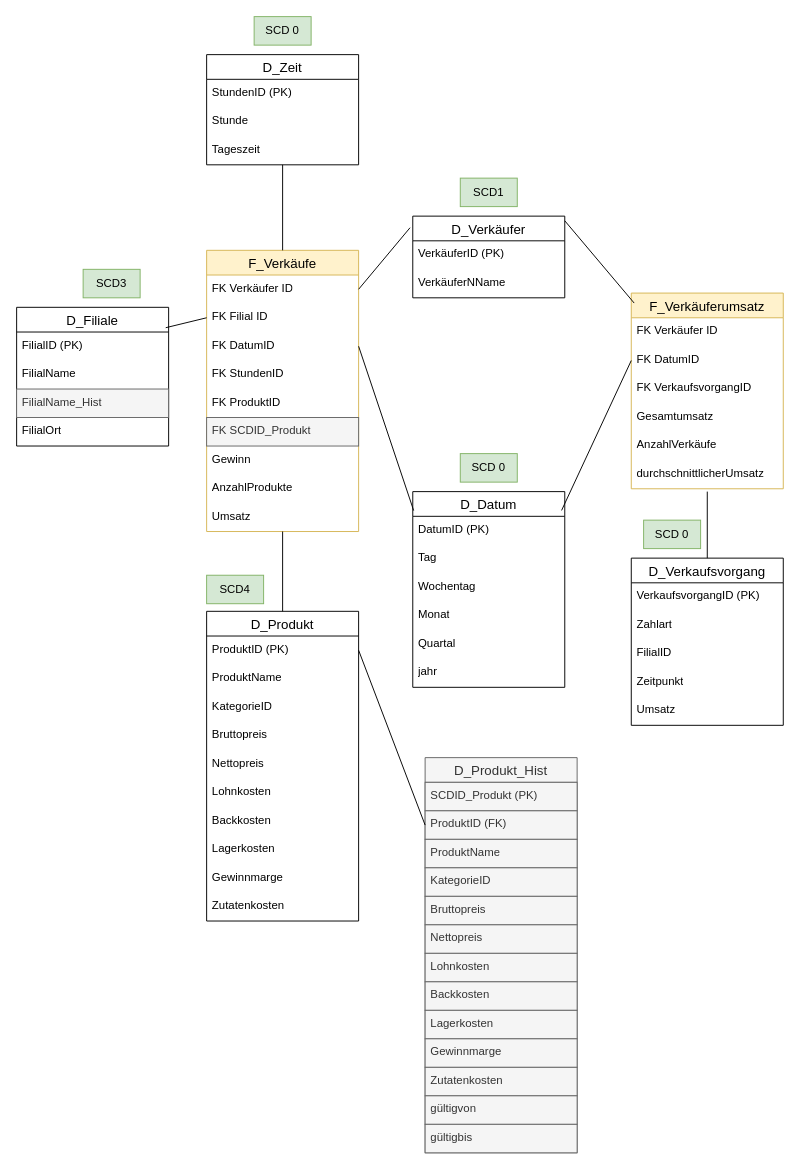
This is Galaxyschema_BrotZeit_mitSCD.drawio from Thoerchen/BackZeit, a draw.io file, before an edit. Source tidied: cells renumbered, new cells numbered last; positions are measured from the earlier drawing's top-left corner, leaving out a move shared by most shapes. Both pictures are drawn from the tidied source at 95%, with x=0, y=0 at pixel (16, 16).
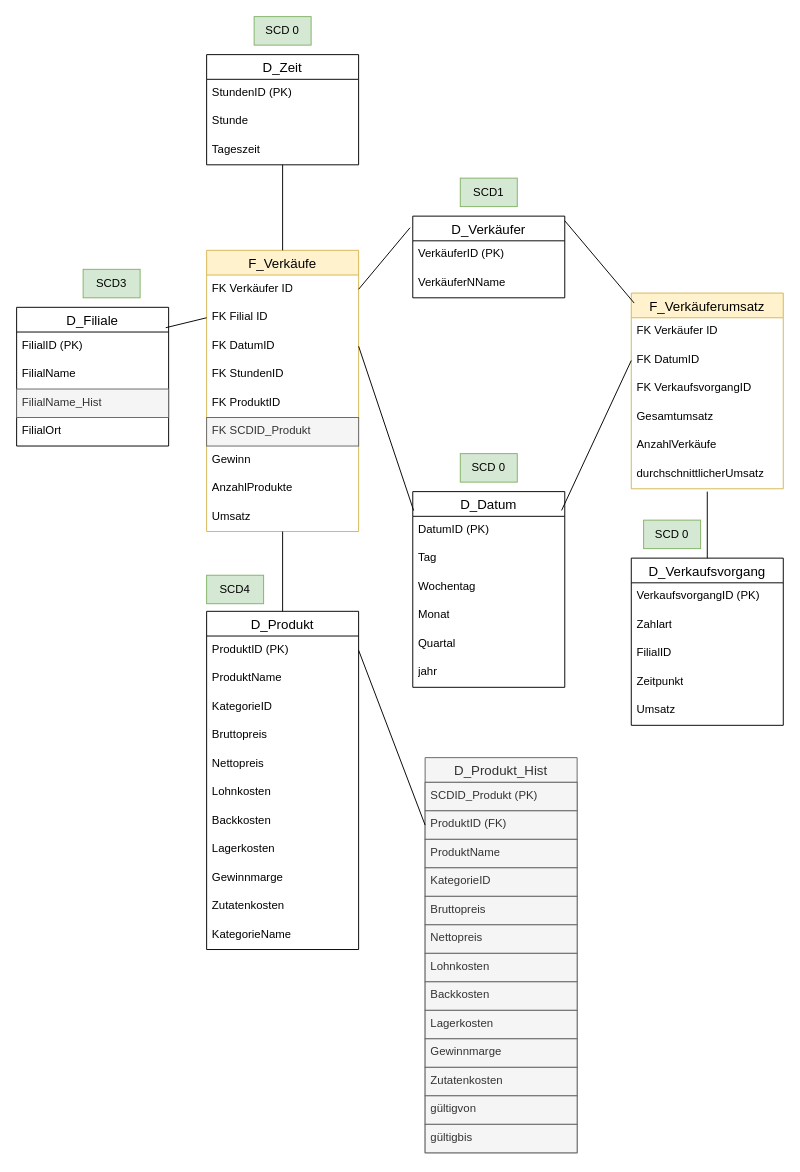
The same diagram, later.

Commit message (it also covers changes not shown here):
KategorieName ergänzt

What changed in the source:
```diff
@@
     <mxCell id="31" value="D_Produkt" style="swimlane;fontStyle=0;horizontal=1;startSize=26;align=center;fontSize=14;" parent="1" vertex="1">
-      <mxGeometry x="200" y="626" width="160" height="326" as="geometry" />
+      <mxGeometry x="200" y="626" width="160" height="356" as="geometry" />
     </mxCell>
@@
+    <mxCell id="84" value="KategorieName" style="text;strokeColor=none;fillColor=none;spacingLeft=4;spacingRight=4;overflow=hidden;fontSize=12;whiteSpace=wrap;html=1;" parent="31" vertex="1">
+      <mxGeometry y="326" width="160" height="30" as="geometry" />
+    </mxCell>
```
